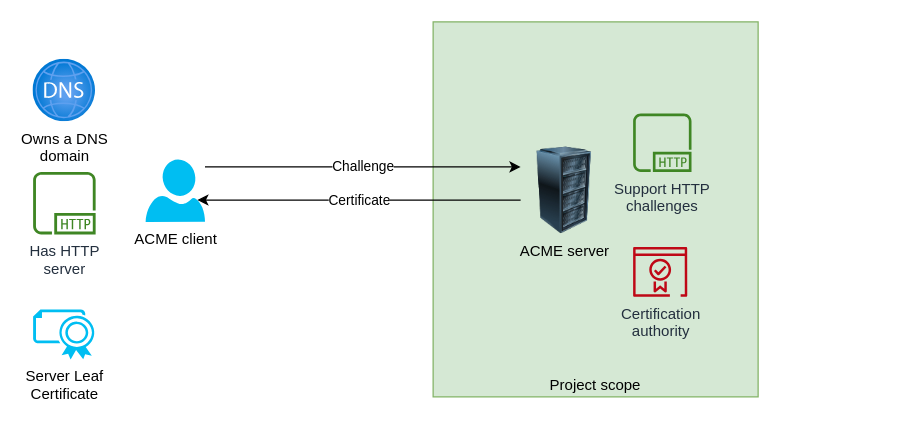
Earlier version of the draw.io diagram Schema.drawio (pierre42100/ACMEresponder). Source tidied: cells renumbered, new cells numbered last; positions are measured from the earlier drawing's top-left corner, leaving out a move shared by most shapes. Both pictures are drawn from the tidied source at 125%, with x=0, y=0 at pixel (32, 21).
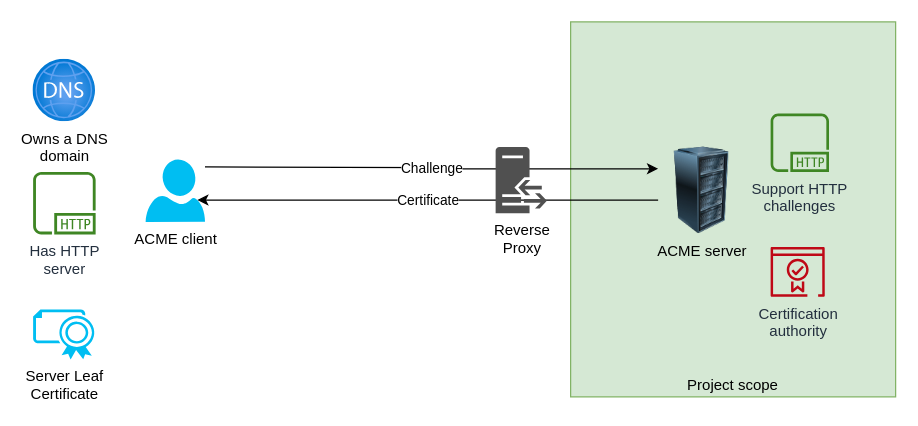
Above is the later version.

Commit message:
Correct schema

Change to the diagram source:
```diff
@@
 <mxGraphModel>
   <root>
     <mxCell id="0" />
     <mxCell id="1" parent="0" />
     <mxCell id="2" value="Project scope" style="rounded=0;whiteSpace=wrap;html=1;fillColor=#d5e8d4;strokeColor=#82b366;verticalAlign=bottom;" parent="1" vertex="1">
-      <mxGeometry x="320" width="260" height="300" as="geometry" />
+      <mxGeometry x="430" width="260" height="300" as="geometry" />
     </mxCell>
     <mxCell id="3" value="Certificate" style="edgeStyle=orthogonalEdgeStyle;rounded=0;jettySize=auto;html=1;entryX=0.87;entryY=0.65;entryDx=0;entryDy=0;entryPerimeter=0;" parent="1" edge="1" source="4" target="6">
       <mxGeometry relative="1" as="geometry">
         <Array as="points">
           <mxPoint x="264" y="143" />
         </Array>
       </mxGeometry>
     </mxCell>
     <mxCell id="4" value="ACME server" style="image;html=1;image=img/lib/clip_art/computers/Server_Rack_128x128.png;labelBackgroundColor=none;" parent="1" vertex="1">
-      <mxGeometry x="390" y="100" width="70" height="70" as="geometry" />
+      <mxGeometry x="500" y="100" width="70" height="70" as="geometry" />
     </mxCell>
-    <mxCell id="5" value="Challenge" style="edgeStyle=orthogonalEdgeStyle;rounded=0;orthogonalLoop=1;jettySize=auto;html=1;" parent="1" edge="1">
+    <mxCell id="5" value="Challenge" style="edgeStyle=orthogonalEdgeStyle;rounded=0;jettySize=auto;html=1;entryX=0;entryY=0.25;entryDx=0;entryDy=0;" parent="1" edge="1" target="4">
       <mxGeometry relative="1" as="geometry">
         <mxPoint x="137.5" y="116" as="sourcePoint" />
-        <mxPoint x="390" y="116" as="targetPoint" />
       </mxGeometry>
     </mxCell>
     <mxCell id="6" value="ACME client" style="verticalLabelPosition=bottom;html=1;verticalAlign=top;align=center;strokeColor=none;fillColor=#00BEF2;shape=mxgraph.azure.user;" parent="1" vertex="1">
       <mxGeometry x="90" y="110" width="47.5" height="50" as="geometry" />
     </mxCell>
     <mxCell id="7" value="Server Leaf &lt;br&gt;Certificate" style="verticalLabelPosition=bottom;html=1;verticalAlign=top;align=center;strokeColor=none;fillColor=#00BEF2;shape=mxgraph.azure.certificate;" parent="1" vertex="1">
       <mxGeometry y="230" width="50" height="40" as="geometry" />
     </mxCell>
     <mxCell id="8" value="Certification &lt;br&gt;authority" style="sketch=0;fontColor=#232F3E;gradientColor=none;fillColor=#BF0816;strokeColor=none;dashed=0;verticalLabelPosition=bottom;verticalAlign=top;align=center;html=1;fontSize=12;fontStyle=0;shape=mxgraph.aws4.certificate_manager_2;" parent="1" vertex="1">
-      <mxGeometry x="480" y="180" width="43.3" height="40" as="geometry" />
+      <mxGeometry x="590" y="180" width="43.3" height="40" as="geometry" />
     </mxCell>
     <mxCell id="9" value="Support HTTP &lt;br&gt;challenges" style="sketch=0;fontColor=#232F3E;gradientColor=none;fillColor=#3F8624;strokeColor=none;dashed=0;verticalLabelPosition=bottom;verticalAlign=top;align=center;html=1;fontSize=12;fontStyle=0;shape=mxgraph.aws4.http_protocol;" parent="1" vertex="1">
-      <mxGeometry x="480" y="73.3" width="46.7" height="46.7" as="geometry" />
+      <mxGeometry x="590" y="73.3" width="46.7" height="46.7" as="geometry" />
     </mxCell>
     <mxCell id="10" value="Has HTTP&lt;br&gt;server" style="sketch=0;fontColor=#232F3E;gradientColor=none;fillColor=#3F8624;strokeColor=none;dashed=0;verticalLabelPosition=bottom;verticalAlign=top;align=center;html=1;fontSize=12;fontStyle=0;shape=mxgraph.aws4.http_protocol;" parent="1" vertex="1">
       <mxGeometry y="120" width="50" height="50" as="geometry" />
     </mxCell>
     <mxCell id="11" value="Owns a DNS &lt;br&gt;domain" style="html=1;align=center;image;fontSize=12;image=img/lib/azure2/networking/DNS_Zones.svg;" parent="1" vertex="1">
       <mxGeometry y="30" width="50" height="50" as="geometry" />
     </mxCell>
+    <mxCell id="12" value="Reverse&lt;br&gt;Proxy" style="sketch=0;shadow=0;dashed=0;html=1;strokeColor=none;fillColor=#505050;labelPosition=center;verticalLabelPosition=bottom;verticalAlign=top;align=center;shape=mxgraph.office.servers.reverse_proxy;" parent="1" vertex="1">
+      <mxGeometry x="370" y="100" width="41" height="53" as="geometry" />
+    </mxCell>
   </root>
 </mxGraphModel>
```
